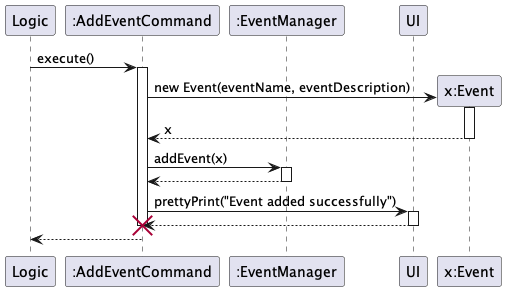
Above: docs/images/executeAddEventCommand.png in JianJiaT/tp (PlantUML), before the change.
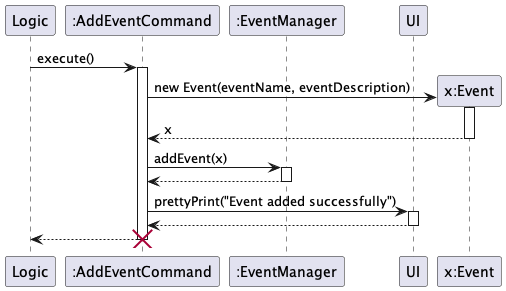
The same file after the commit.

The edit, as a diff of the source:
```diff
@@ -22,9 +22,8 @@
 UI --> AddEventCommand
 deactivate UI
 
-destroy AddEventCommand
-
 AddEventCommand --> Logic
 deactivate AddEventCommand
 
+destroy AddEventCommand
 @enduml
```
